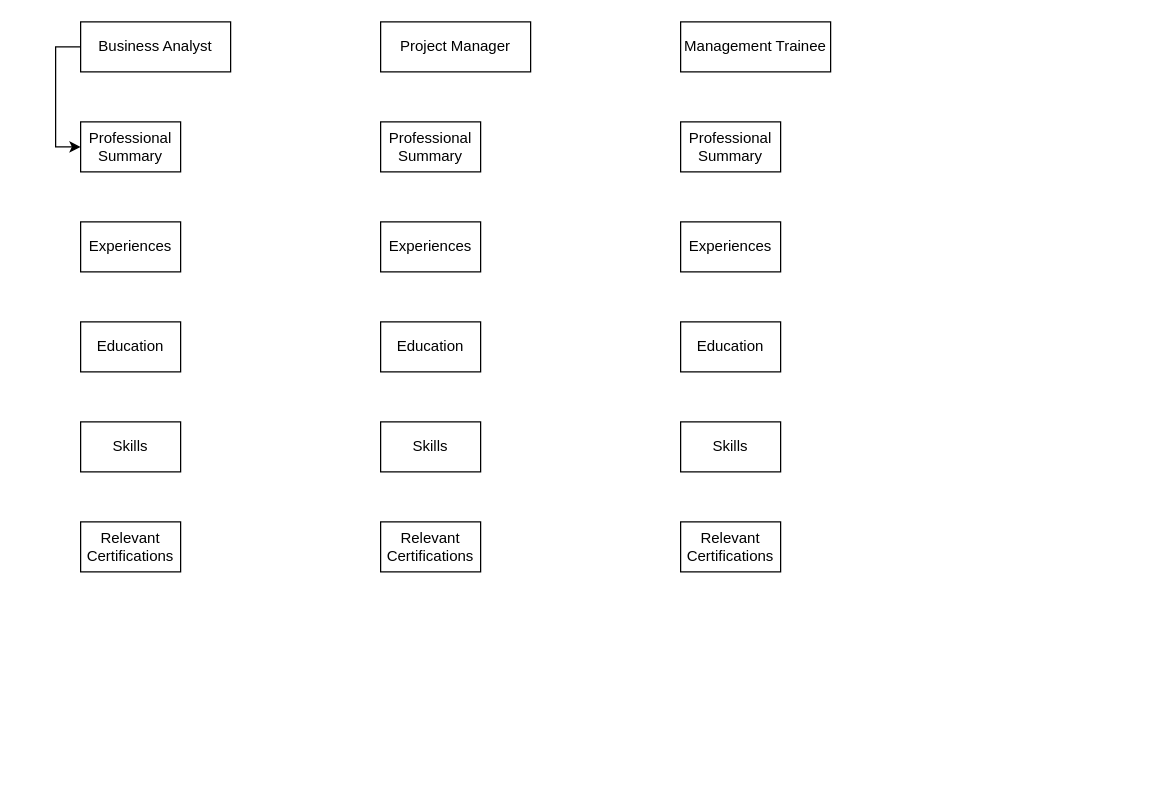
This is Personal.drawio from hanggaa/Diagram, a draw.io file, before an edit. Source tidied: cells renumbered, new cells numbered last; positions are measured from the earlier drawing's top-left corner, leaving out a move shared by most shapes. Both pictures are drawn from the tidied source at 125%, with x=0, y=0 at pixel (55, 21).
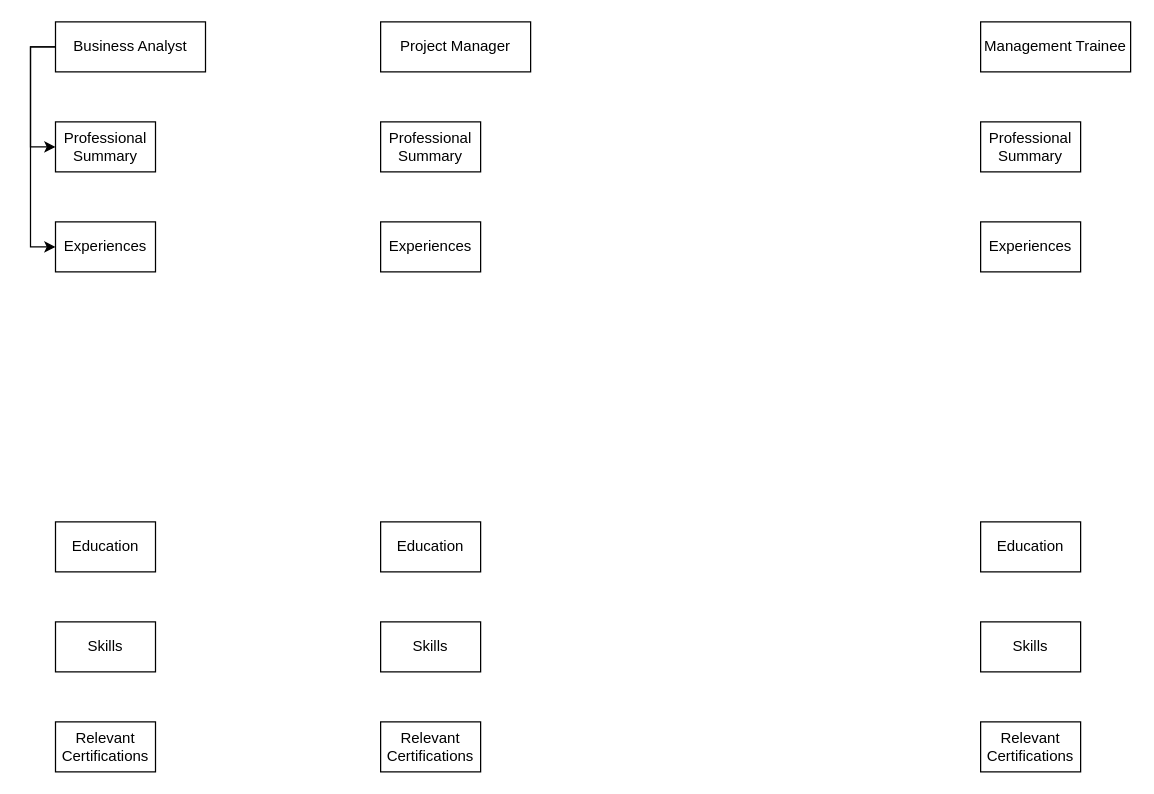
The same diagram, later.

Diff of the diagram source:
```diff
@@
     <mxCell id="2" style="edgeStyle=orthogonalEdgeStyle;rounded=0;jettySize=auto;html=1;entryX=0;entryY=0.5;entryDx=0;entryDy=0;" parent="1" edge="1" source="3" target="6">
       <mxGeometry relative="1" as="geometry">
         <Array as="points">
-          <mxPoint y="20" />
-          <mxPoint y="100" />
+          <mxPoint x="-20.1" y="20" />
+          <mxPoint x="-20.1" y="100" />
         </Array>
       </mxGeometry>
     </mxCell>
+    <mxCell id="21" style="edgeStyle=orthogonalEdgeStyle;rounded=0;jettySize=auto;html=1;entryX=0;entryY=0.5;entryDx=0;entryDy=0;" parent="1" edge="1" source="3" target="7">
+      <mxGeometry relative="1" as="geometry">
+        <Array as="points">
+          <mxPoint x="-20.1" y="20" />
+          <mxPoint x="-20.1" y="180" />
+        </Array>
+      </mxGeometry>
+    </mxCell>
     <mxCell id="3" value="Business Analyst" style="rounded=0;whiteSpace=wrap;html=1;" parent="1" vertex="1">
-      <mxGeometry x="20" width="120" height="40" as="geometry" />
+      <mxGeometry x="-0.1" width="120" height="40" as="geometry" />
     </mxCell>
@@
     <mxCell id="5" value="Management Trainee" style="rounded=0;whiteSpace=wrap;html=1;" parent="1" vertex="1">
-      <mxGeometry x="500" width="120" height="40" as="geometry" />
+      <mxGeometry x="740" width="120" height="40" as="geometry" />
     </mxCell>
     <mxCell id="6" value="Professional Summary" style="rounded=0;whiteSpace=wrap;html=1;" parent="1" vertex="1">
-      <mxGeometry x="20" y="80" width="80" height="40" as="geometry" />
+      <mxGeometry x="-0.1" y="80" width="80" height="40" as="geometry" />
     </mxCell>
     <mxCell id="7" value="Experiences" style="rounded=0;whiteSpace=wrap;html=1;" parent="1" vertex="1">
-      <mxGeometry x="20" y="160" width="80" height="40" as="geometry" />
+      <mxGeometry x="-0.1" y="160" width="80" height="40" as="geometry" />
     </mxCell>
     <mxCell id="8" value="Education" style="rounded=0;whiteSpace=wrap;html=1;" parent="1" vertex="1">
-      <mxGeometry x="20" y="240" width="80" height="40" as="geometry" />
+      <mxGeometry x="-0.1" y="400" width="80" height="40" as="geometry" />
     </mxCell>
     <mxCell id="9" value="Skills" style="rounded=0;whiteSpace=wrap;html=1;" parent="1" vertex="1">
-      <mxGeometry x="20" y="320" width="80" height="40" as="geometry" />
+      <mxGeometry x="-0.1" y="480" width="80" height="40" as="geometry" />
     </mxCell>
     <mxCell id="10" value="Relevant Certifications" style="rounded=0;whiteSpace=wrap;html=1;" parent="1" vertex="1">
-      <mxGeometry x="20" y="400" width="80" height="40" as="geometry" />
+      <mxGeometry x="-0.1" y="560" width="80" height="40" as="geometry" />
     </mxCell>
@@
     <mxCell id="13" value="Education" style="rounded=0;whiteSpace=wrap;html=1;" parent="1" vertex="1">
-      <mxGeometry x="260" y="240" width="80" height="40" as="geometry" />
+      <mxGeometry x="260" y="400" width="80" height="40" as="geometry" />
     </mxCell>
     <mxCell id="14" value="Skills" style="rounded=0;whiteSpace=wrap;html=1;" parent="1" vertex="1">
-      <mxGeometry x="260" y="320" width="80" height="40" as="geometry" />
+      <mxGeometry x="260" y="480" width="80" height="40" as="geometry" />
     </mxCell>
     <mxCell id="15" value="Relevant Certifications" style="rounded=0;whiteSpace=wrap;html=1;" parent="1" vertex="1">
-      <mxGeometry x="260" y="400" width="80" height="40" as="geometry" />
+      <mxGeometry x="260" y="560" width="80" height="40" as="geometry" />
     </mxCell>
     <mxCell id="16" value="Professional Summary" style="rounded=0;whiteSpace=wrap;html=1;" parent="1" vertex="1">
-      <mxGeometry x="500" y="80" width="80" height="40" as="geometry" />
+      <mxGeometry x="740" y="80" width="80" height="40" as="geometry" />
     </mxCell>
     <mxCell id="17" value="Experiences" style="rounded=0;whiteSpace=wrap;html=1;" parent="1" vertex="1">
-      <mxGeometry x="500" y="160" width="80" height="40" as="geometry" />
+      <mxGeometry x="740" y="160" width="80" height="40" as="geometry" />
     </mxCell>
     <mxCell id="18" value="Education" style="rounded=0;whiteSpace=wrap;html=1;" parent="1" vertex="1">
-      <mxGeometry x="500" y="240" width="80" height="40" as="geometry" />
+      <mxGeometry x="740" y="400" width="80" height="40" as="geometry" />
     </mxCell>
     <mxCell id="19" value="Skills" style="rounded=0;whiteSpace=wrap;html=1;" parent="1" vertex="1">
-      <mxGeometry x="500" y="320" width="80" height="40" as="geometry" />
+      <mxGeometry x="740" y="480" width="80" height="40" as="geometry" />
     </mxCell>
     <mxCell id="20" value="Relevant Certifications" style="rounded=0;whiteSpace=wrap;html=1;" parent="1" vertex="1">
-      <mxGeometry x="500" y="400" width="80" height="40" as="geometry" />
+      <mxGeometry x="740" y="560" width="80" height="40" as="geometry" />
     </mxCell>
```
